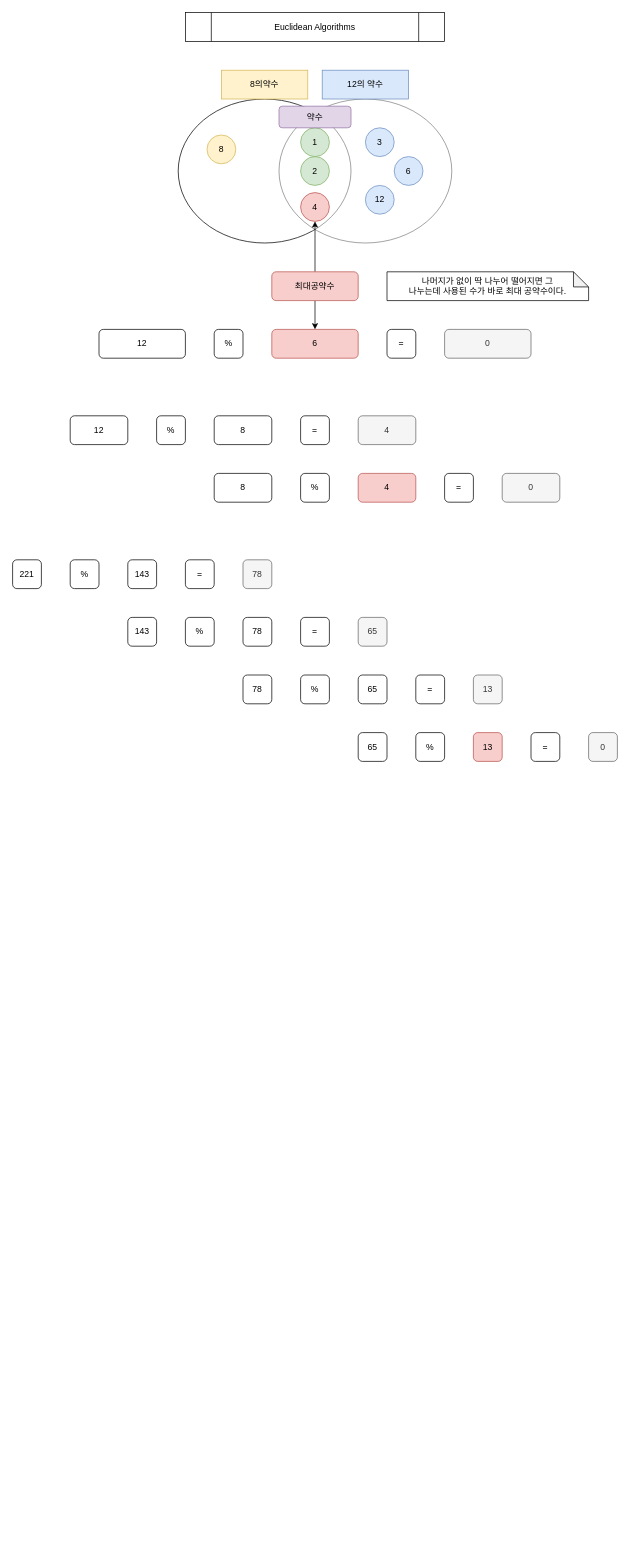
Earlier version of the draw.io diagram Euclidean Algorithms/Euclidean Algorithms.drawio (Mockingbirs/algorithm). Source tidied: cells renumbered, new cells numbered last; positions are measured from the earlier drawing's top-left corner, leaving out a move shared by most shapes. Both pictures are drawn from the tidied source at 72%, with x=0, y=0 at pixel (12, 12).
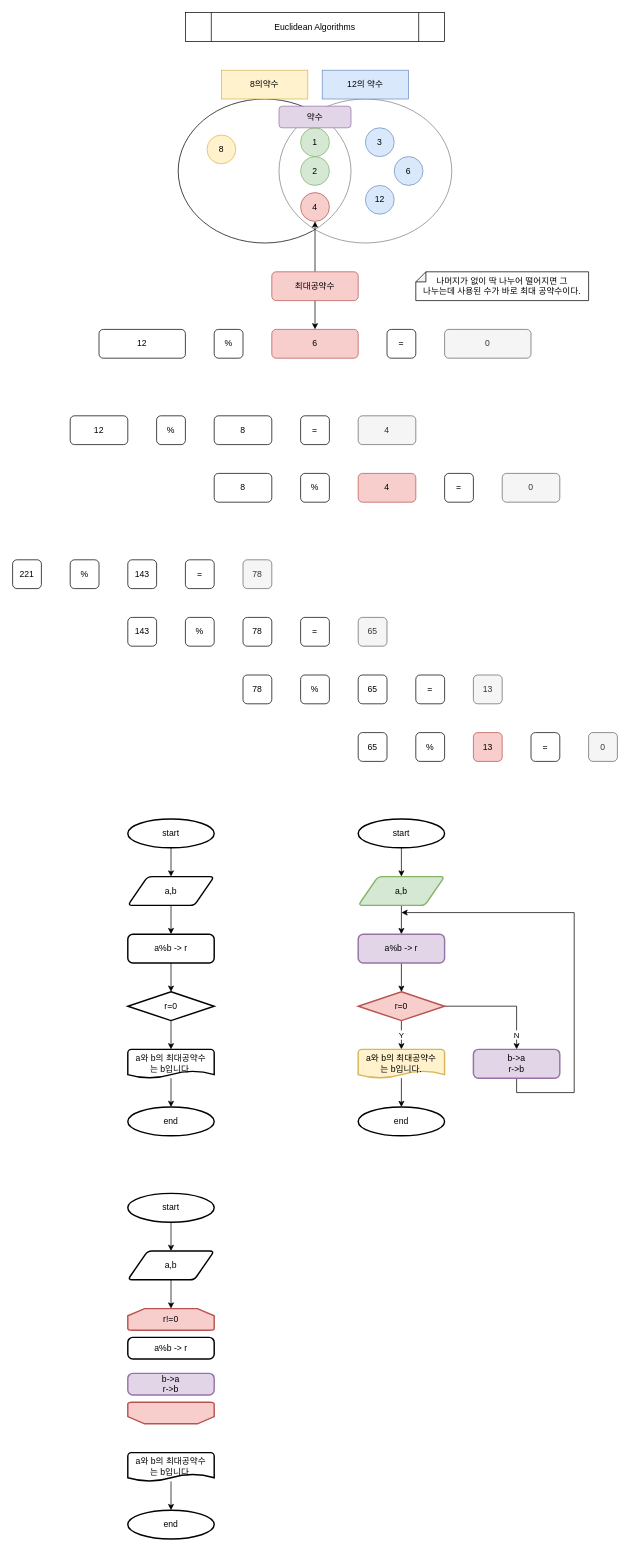
Above is the later version.

The edit, as a diff of the source:
```diff
@@
-    <mxCell id="23" value="나머지가 없이 딱 나누어 떨어지면 그 &lt;br&gt;나누는데 사용된 수가 바로 최대 공약수이다." style="shape=note;whiteSpace=wrap;html=1;backgroundOutline=1;darkOpacity=0.05;size=21;" parent="1" vertex="1">
-      <mxGeometry x="520" y="360" width="280" height="40" as="geometry" />
+    <mxCell id="23" value="나머지가 없이 딱 나누어 떨어지면 그 &lt;br&gt;나누는데 사용된 수가 바로 최대 공약수이다." style="shape=note;whiteSpace=wrap;html=1;backgroundOutline=1;darkOpacity=0.05;size=14;direction=north;" parent="1" vertex="1">
+      <mxGeometry x="560" y="360" width="240" height="40" as="geometry" />
     </mxCell>
@@
+    <mxCell id="54" style="edgeStyle=orthogonalEdgeStyle;rounded=0;jettySize=auto;html=1;" parent="1" edge="1" source="55" target="57">
+      <mxGeometry relative="1" as="geometry" />
+    </mxCell>
+    <mxCell id="55" value="start" style="strokeWidth=2;html=1;shape=mxgraph.flowchart.start_1;whiteSpace=wrap;" parent="1" vertex="1">
+      <mxGeometry x="160" y="1120" width="120" height="40" as="geometry" />
+    </mxCell>
+    <mxCell id="56" style="edgeStyle=orthogonalEdgeStyle;rounded=0;jettySize=auto;html=1;" parent="1" edge="1" source="57" target="59">
+      <mxGeometry relative="1" as="geometry" />
+    </mxCell>
+    <mxCell id="57" value="a,b" style="shape=parallelogram;html=1;strokeWidth=2;perimeter=parallelogramPerimeter;whiteSpace=wrap;rounded=1;arcSize=12;size=0.23;" parent="1" vertex="1">
+      <mxGeometry x="160" y="1200" width="120" height="40" as="geometry" />
+    </mxCell>
+    <mxCell id="58" style="edgeStyle=orthogonalEdgeStyle;rounded=0;jettySize=auto;html=1;" parent="1" edge="1" source="59" target="61">
+      <mxGeometry relative="1" as="geometry" />
+    </mxCell>
+    <mxCell id="59" value="a%b -&amp;gt; r" style="rounded=1;whiteSpace=wrap;html=1;absoluteArcSize=1;arcSize=14;strokeWidth=2;" parent="1" vertex="1">
+      <mxGeometry x="160" y="1280" width="120" height="40" as="geometry" />
+    </mxCell>
+    <mxCell id="60" style="edgeStyle=orthogonalEdgeStyle;rounded=0;jettySize=auto;html=1;" parent="1" edge="1" source="61" target="63">
+      <mxGeometry relative="1" as="geometry" />
+    </mxCell>
+    <mxCell id="61" value="r=0" style="strokeWidth=2;html=1;shape=mxgraph.flowchart.decision;whiteSpace=wrap;" parent="1" vertex="1">
+      <mxGeometry x="160" y="1360" width="120" height="40" as="geometry" />
+    </mxCell>
+    <mxCell id="62" style="edgeStyle=orthogonalEdgeStyle;rounded=0;jettySize=auto;html=1;" parent="1" edge="1" source="63" target="64">
+      <mxGeometry relative="1" as="geometry" />
+    </mxCell>
+    <mxCell id="63" value="a와 b의 최대공약수&lt;br&gt;는 b입니다." style="strokeWidth=2;html=1;shape=mxgraph.flowchart.document2;whiteSpace=wrap;size=0.25;" parent="1" vertex="1">
+      <mxGeometry x="160" y="1440" width="120" height="40" as="geometry" />
+    </mxCell>
+    <mxCell id="64" value="end" style="strokeWidth=2;html=1;shape=mxgraph.flowchart.start_1;whiteSpace=wrap;" parent="1" vertex="1">
+      <mxGeometry x="160" y="1520" width="120" height="40" as="geometry" />
+    </mxCell>
+    <mxCell id="65" style="edgeStyle=orthogonalEdgeStyle;rounded=0;jettySize=auto;html=1;" parent="1" edge="1" source="66" target="68">
+      <mxGeometry relative="1" as="geometry" />
+    </mxCell>
+    <mxCell id="66" value="start" style="strokeWidth=2;html=1;shape=mxgraph.flowchart.start_1;whiteSpace=wrap;" parent="1" vertex="1">
+      <mxGeometry x="480" y="1120" width="120" height="40" as="geometry" />
+    </mxCell>
+    <mxCell id="67" style="edgeStyle=orthogonalEdgeStyle;rounded=0;jettySize=auto;html=1;" parent="1" edge="1" source="68" target="70">
+      <mxGeometry relative="1" as="geometry" />
+    </mxCell>
+    <mxCell id="68" value="a,b" style="shape=parallelogram;html=1;strokeWidth=2;perimeter=parallelogramPerimeter;whiteSpace=wrap;rounded=1;arcSize=12;size=0.23;fillColor=#d5e8d4;strokeColor=#82b366;" parent="1" vertex="1">
+      <mxGeometry x="480" y="1200" width="120" height="40" as="geometry" />
+    </mxCell>
+    <mxCell id="69" style="edgeStyle=orthogonalEdgeStyle;rounded=0;jettySize=auto;html=1;" parent="1" edge="1" source="70" target="73">
+      <mxGeometry relative="1" as="geometry" />
+    </mxCell>
+    <mxCell id="70" value="a%b -&amp;gt; r" style="rounded=1;whiteSpace=wrap;html=1;absoluteArcSize=1;arcSize=14;strokeWidth=2;fillColor=#e1d5e7;strokeColor=#9673a6;" parent="1" vertex="1">
+      <mxGeometry x="480" y="1280" width="120" height="40" as="geometry" />
+    </mxCell>
+    <mxCell id="71" value="Y" style="edgeStyle=orthogonalEdgeStyle;rounded=0;jettySize=auto;html=1;" parent="1" edge="1" source="73" target="75">
+      <mxGeometry relative="1" as="geometry" />
+    </mxCell>
+    <mxCell id="72" value="N" style="edgeStyle=orthogonalEdgeStyle;rounded=0;jettySize=auto;html=1;entryX=0.5;entryY=0;entryDx=0;entryDy=0;" parent="1" edge="1" source="73" target="78">
+      <mxGeometry x="0.75" relative="1" as="geometry" />
+    </mxCell>
+    <mxCell id="73" value="r=0" style="strokeWidth=2;html=1;shape=mxgraph.flowchart.decision;whiteSpace=wrap;fillColor=#f8cecc;strokeColor=#b85450;" parent="1" vertex="1">
+      <mxGeometry x="480" y="1360" width="120" height="40" as="geometry" />
+    </mxCell>
+    <mxCell id="74" style="edgeStyle=orthogonalEdgeStyle;rounded=0;jettySize=auto;html=1;" parent="1" edge="1" source="75" target="76">
+      <mxGeometry relative="1" as="geometry" />
+    </mxCell>
+    <mxCell id="75" value="a와 b의 최대공약수&lt;br&gt;는 b입니다." style="strokeWidth=2;html=1;shape=mxgraph.flowchart.document2;whiteSpace=wrap;size=0.25;fillColor=#fff2cc;strokeColor=#d6b656;" parent="1" vertex="1">
+      <mxGeometry x="480" y="1440" width="120" height="40" as="geometry" />
+    </mxCell>
+    <mxCell id="76" value="end" style="strokeWidth=2;html=1;shape=mxgraph.flowchart.start_1;whiteSpace=wrap;" parent="1" vertex="1">
+      <mxGeometry x="480" y="1520" width="120" height="40" as="geometry" />
+    </mxCell>
+    <mxCell id="77" style="edgeStyle=orthogonalEdgeStyle;rounded=0;jettySize=auto;html=1;" parent="1" edge="1" source="78">
+      <mxGeometry relative="1" as="geometry">
+        <mxPoint x="540" y="1250" as="targetPoint" />
+        <Array as="points">
+          <mxPoint x="700" y="1500" />
+          <mxPoint x="780" y="1500" />
+          <mxPoint x="780" y="1250" />
+        </Array>
+      </mxGeometry>
+    </mxCell>
+    <mxCell id="78" value="b-&amp;gt;a&lt;br&gt;r-&amp;gt;b" style="rounded=1;whiteSpace=wrap;html=1;absoluteArcSize=1;arcSize=14;strokeWidth=2;fillColor=#e1d5e7;strokeColor=#9673a6;" parent="1" vertex="1">
+      <mxGeometry x="640" y="1440" width="120" height="40" as="geometry" />
+    </mxCell>
+    <mxCell id="79" style="edgeStyle=orthogonalEdgeStyle;rounded=0;jettySize=auto;html=1;" parent="1" edge="1" source="80" target="82">
+      <mxGeometry relative="1" as="geometry" />
+    </mxCell>
+    <mxCell id="80" value="start" style="strokeWidth=2;html=1;shape=mxgraph.flowchart.start_1;whiteSpace=wrap;" parent="1" vertex="1">
+      <mxGeometry x="160" y="1640" width="120" height="40" as="geometry" />
+    </mxCell>
+    <mxCell id="81" style="edgeStyle=orthogonalEdgeStyle;rounded=0;jettySize=auto;html=1;" parent="1" edge="1" source="82" target="86">
+      <mxGeometry relative="1" as="geometry" />
+    </mxCell>
+    <mxCell id="82" value="a,b" style="shape=parallelogram;html=1;strokeWidth=2;perimeter=parallelogramPerimeter;whiteSpace=wrap;rounded=1;arcSize=12;size=0.23;" parent="1" vertex="1">
+      <mxGeometry x="160" y="1720" width="120" height="40" as="geometry" />
+    </mxCell>
+    <mxCell id="83" style="edgeStyle=orthogonalEdgeStyle;rounded=0;jettySize=auto;html=1;" parent="1" edge="1" source="84" target="85">
+      <mxGeometry relative="1" as="geometry" />
+    </mxCell>
+    <mxCell id="84" value="a와 b의 최대공약수&lt;br&gt;는 b입니다." style="strokeWidth=2;html=1;shape=mxgraph.flowchart.document2;whiteSpace=wrap;size=0.25;" parent="1" vertex="1">
+      <mxGeometry x="160" y="2000" width="120" height="40" as="geometry" />
+    </mxCell>
+    <mxCell id="85" value="end" style="strokeWidth=2;html=1;shape=mxgraph.flowchart.start_1;whiteSpace=wrap;" parent="1" vertex="1">
+      <mxGeometry x="160" y="2080" width="120" height="40" as="geometry" />
+    </mxCell>
+    <mxCell id="86" value="r!=0" style="strokeWidth=2;html=1;shape=mxgraph.flowchart.loop_limit;whiteSpace=wrap;fillColor=#f8cecc;strokeColor=#b85450;" parent="1" vertex="1">
+      <mxGeometry x="160" y="1800" width="120" height="30" as="geometry" />
+    </mxCell>
+    <mxCell id="87" style="strokeWidth=2;html=1;shape=mxgraph.flowchart.loop_limit;whiteSpace=wrap;direction=west;fillColor=#f8cecc;strokeColor=#b85450;" parent="1" vertex="1">
+      <mxGeometry x="160" y="1930" width="120" height="30" as="geometry" />
+    </mxCell>
+    <mxCell id="88" value="b-&amp;gt;a&lt;br&gt;r-&amp;gt;b" style="rounded=1;whiteSpace=wrap;html=1;absoluteArcSize=1;arcSize=14;strokeWidth=2;fillColor=#e1d5e7;strokeColor=#9673a6;" parent="1" vertex="1">
+      <mxGeometry x="160" y="1890" width="120" height="30" as="geometry" />
+    </mxCell>
+    <mxCell id="89" value="a%b -&amp;gt; r" style="rounded=1;whiteSpace=wrap;html=1;absoluteArcSize=1;arcSize=14;strokeWidth=2;" parent="1" vertex="1">
+      <mxGeometry x="160" y="1840" width="120" height="30" as="geometry" />
+    </mxCell>
```
